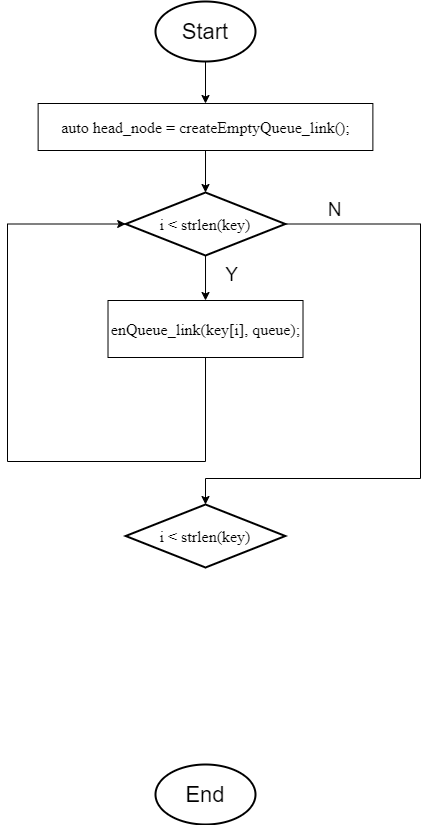
Before: flowchart_passwd.png, a diagram exported from draw.io (PommesPeter/draw.io_diagram). Source tidied: cells renumbered, new cells last; positions are measured from the earlier drawing's top-left corner, leaving out a move shared by most shapes.
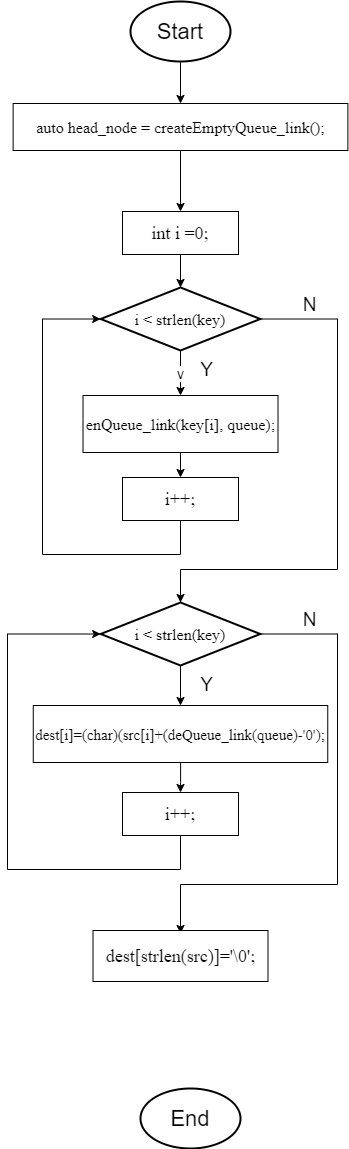
Above is the later version.

The edit, as a diff of the source:
```diff
@@ -8,50 +8,102 @@
     <mxCell id="3" value="&lt;font style=&quot;font-size: 22px&quot;&gt;Start&lt;/font&gt;" style="strokeWidth=2;html=1;shape=mxgraph.flowchart.start_1;whiteSpace=wrap;" parent="1" vertex="1">
       <mxGeometry x="148" width="100" height="60" as="geometry" />
     </mxCell>
-    <mxCell id="4" style="edgeStyle=orthogonalEdgeStyle;rounded=0;jettySize=auto;html=1;entryX=0.5;entryY=0;entryDx=0;entryDy=0;" parent="1" edge="1" source="6" target="11">
+    <mxCell id="4" value="v" style="edgeStyle=orthogonalEdgeStyle;rounded=0;jettySize=auto;html=1;entryX=0.5;entryY=0;entryDx=0;entryDy=0;" parent="1" edge="1" source="6" target="11">
       <mxGeometry relative="1" as="geometry" />
     </mxCell>
     <mxCell id="5" style="edgeStyle=orthogonalEdgeStyle;rounded=0;jettySize=auto;html=1;exitX=1;exitY=0.5;exitDx=0;exitDy=0;exitPerimeter=0;entryX=0.5;entryY=0;entryDx=0;entryDy=0;entryPerimeter=0;" parent="1" edge="1" source="6" target="13">
       <mxGeometry relative="1" as="geometry">
         <Array as="points">
-          <mxPoint x="413" y="223" />
-          <mxPoint x="413" y="477" />
-          <mxPoint x="198" y="477" />
+          <mxPoint x="355" y="318" />
+          <mxPoint x="355" y="568" />
+          <mxPoint x="198" y="568" />
         </Array>
       </mxGeometry>
     </mxCell>
     <mxCell id="6" value="&lt;font face=&quot;Times New Roman&quot; style=&quot;font-size: 16px&quot;&gt;i &amp;lt; strlen(key)&lt;/font&gt;" style="strokeWidth=2;html=1;shape=mxgraph.flowchart.decision;whiteSpace=wrap;" parent="1" vertex="1">
-      <mxGeometry x="118.2" y="191" width="159.6" height="63" as="geometry" />
+      <mxGeometry x="118.2" y="286" width="159.6" height="63" as="geometry" />
     </mxCell>
-    <mxCell id="7" style="edgeStyle=orthogonalEdgeStyle;rounded=0;jettySize=auto;html=1;exitX=0.5;exitY=1;exitDx=0;exitDy=0;entryX=0.5;entryY=0;entryDx=0;entryDy=0;entryPerimeter=0;" parent="1" edge="1" source="8" target="6">
-      <mxGeometry relative="1" as="geometry" />
-    </mxCell>
+    <mxCell id="15" style="edgeStyle=orthogonalEdgeStyle;rounded=0;jettySize=auto;html=1;entryX=0.5;entryY=0;entryDx=0;entryDy=0;" parent="1" edge="1" source="8" target="18">
+      <mxGeometry relative="1" as="geometry" />
+    </mxCell>
     <mxCell id="8" value="&lt;p&gt;&lt;font face=&quot;Times New Roman&quot;&gt;&lt;span style=&quot;font-size: 16px&quot;&gt;auto head_node = createEmptyQueue_link();&lt;/span&gt;&lt;/font&gt;&lt;/p&gt;" style="rounded=0;whiteSpace=wrap;html=1;" parent="1" vertex="1">
       <mxGeometry x="30.6" y="102" width="334.8" height="47" as="geometry" />
     </mxCell>
     <mxCell id="9" value="&lt;span style=&quot;font-size: 22px&quot;&gt;End&lt;br&gt;&lt;/span&gt;" style="strokeWidth=2;html=1;shape=mxgraph.flowchart.start_1;whiteSpace=wrap;" parent="1" vertex="1">
-      <mxGeometry x="148" y="763" width="100" height="60" as="geometry" />
+      <mxGeometry x="158" y="1087" width="100" height="60" as="geometry" />
     </mxCell>
-    <mxCell id="10" style="edgeStyle=orthogonalEdgeStyle;rounded=0;jettySize=auto;html=1;exitX=0.5;exitY=1;exitDx=0;exitDy=0;entryX=0;entryY=0.5;entryDx=0;entryDy=0;entryPerimeter=0;" parent="1" edge="1" source="11" target="6">
-      <mxGeometry relative="1" as="geometry">
-        <Array as="points">
-          <mxPoint x="198" y="460" />
-          <mxPoint y="460" />
-          <mxPoint y="223" />
-        </Array>
-      </mxGeometry>
-    </mxCell>
+    <mxCell id="16" style="edgeStyle=orthogonalEdgeStyle;rounded=0;jettySize=auto;html=1;entryX=0.5;entryY=0;entryDx=0;entryDy=0;" parent="1" edge="1" source="11" target="20">
+      <mxGeometry relative="1" as="geometry" />
+    </mxCell>
     <mxCell id="11" value="&lt;font face=&quot;Times New Roman&quot; style=&quot;font-size: 16px&quot;&gt;enQueue_link(key[i], queue);&lt;/font&gt;" style="rounded=0;whiteSpace=wrap;html=1;" parent="1" vertex="1">
-      <mxGeometry x="100.5" y="299" width="195" height="57" as="geometry" />
+      <mxGeometry x="100.5" y="394" width="195" height="57" as="geometry" />
     </mxCell>
     <mxCell id="12" value="&lt;font style=&quot;font-size: 19px&quot;&gt;Y&lt;/font&gt;" style="text;html=1;align=center;verticalAlign=middle;" parent="1" vertex="1">
-      <mxGeometry x="212" y="263" width="23" height="20" as="geometry" />
+      <mxGeometry x="212" y="358" width="23" height="20" as="geometry" />
     </mxCell>
+    <mxCell id="14" value="&lt;font style=&quot;font-size: 19px&quot;&gt;N&lt;/font&gt;" style="text;html=1;align=center;verticalAlign=middle;" parent="1" vertex="1">
+      <mxGeometry x="315" y="293" width="24" height="20" as="geometry" />
+    </mxCell>
+    <mxCell id="17" style="edgeStyle=orthogonalEdgeStyle;rounded=0;jettySize=auto;html=1;entryX=0.5;entryY=0;entryDx=0;entryDy=0;entryPerimeter=0;" parent="1" edge="1" source="18" target="6">
+      <mxGeometry relative="1" as="geometry" />
+    </mxCell>
+    <mxCell id="18" value="&lt;p&gt;&lt;font face=&quot;Times New Roman&quot; style=&quot;font-size: 18px&quot;&gt;int i =0;&lt;/font&gt;&lt;/p&gt;" style="rounded=0;whiteSpace=wrap;html=1;" parent="1" vertex="1">
+      <mxGeometry x="140" y="210" width="116" height="43" as="geometry" />
+    </mxCell>
+    <mxCell id="19" style="edgeStyle=orthogonalEdgeStyle;rounded=0;jettySize=auto;html=1;entryX=0;entryY=0.5;entryDx=0;entryDy=0;entryPerimeter=0;" parent="1" edge="1" source="20" target="6">
+      <mxGeometry relative="1" as="geometry">
+        <Array as="points">
+          <mxPoint x="198" y="553" />
+          <mxPoint x="60" y="553" />
+          <mxPoint x="60" y="318" />
+        </Array>
+      </mxGeometry>
+    </mxCell>
+    <mxCell id="20" value="&lt;p&gt;&lt;font face=&quot;Times New Roman&quot;&gt;&lt;span style=&quot;font-size: 18px&quot;&gt;i++;&lt;/span&gt;&lt;/font&gt;&lt;/p&gt;" style="rounded=0;whiteSpace=wrap;html=1;" parent="1" vertex="1">
+      <mxGeometry x="140" y="476" width="116" height="43" as="geometry" />
+    </mxCell>
+    <mxCell id="21" style="edgeStyle=orthogonalEdgeStyle;rounded=0;jettySize=auto;html=1;exitX=1;exitY=0.5;exitDx=0;exitDy=0;exitPerimeter=0;entryX=0.5;entryY=0;entryDx=0;entryDy=0;entryPerimeter=0;" parent="1" edge="1" source="13">
+      <mxGeometry relative="1" as="geometry">
+        <mxPoint x="198" y="932" as="targetPoint" />
+        <Array as="points">
+          <mxPoint x="355" y="633" />
+          <mxPoint x="355" y="883" />
+          <mxPoint x="198" y="883" />
+        </Array>
+      </mxGeometry>
+    </mxCell>
+    <mxCell id="22" style="edgeStyle=orthogonalEdgeStyle;rounded=0;jettySize=auto;html=1;exitX=0.5;exitY=1;exitDx=0;exitDy=0;exitPerimeter=0;entryX=0.5;entryY=0;entryDx=0;entryDy=0;" parent="1" edge="1" source="13" target="24">
+      <mxGeometry relative="1" as="geometry" />
+    </mxCell>
     <mxCell id="13" value="&lt;font face=&quot;Times New Roman&quot; style=&quot;font-size: 16px&quot;&gt;i &amp;lt; strlen(key)&lt;/font&gt;" style="strokeWidth=2;html=1;shape=mxgraph.flowchart.decision;whiteSpace=wrap;" parent="1" vertex="1">
-      <mxGeometry x="118.2" y="503" width="159.6" height="63" as="geometry" />
+      <mxGeometry x="118.2" y="601" width="159.6" height="63" as="geometry" />
     </mxCell>
-    <mxCell id="14" value="&lt;font style=&quot;font-size: 19px&quot;&gt;N&lt;/font&gt;" style="text;html=1;align=center;verticalAlign=middle;" parent="1" vertex="1">
-      <mxGeometry x="315" y="198" width="24" height="20" as="geometry" />
-    </mxCell>
+    <mxCell id="23" style="edgeStyle=orthogonalEdgeStyle;rounded=0;jettySize=auto;html=1;entryX=0.5;entryY=0;entryDx=0;entryDy=0;" parent="1" edge="1" source="24" target="28">
+      <mxGeometry relative="1" as="geometry" />
+    </mxCell>
+    <mxCell id="24" value="&lt;font face=&quot;Times New Roman&quot; style=&quot;font-size: 15px&quot;&gt;dest[i]=(char)(src[i]+(deQueue_link(queue)-'0');&lt;/font&gt;" style="rounded=0;whiteSpace=wrap;html=1;" parent="1" vertex="1">
+      <mxGeometry x="50.8" y="704" width="294.5" height="57" as="geometry" />
+    </mxCell>
+    <mxCell id="25" value="&lt;font style=&quot;font-size: 19px&quot;&gt;Y&lt;/font&gt;" style="text;html=1;align=center;verticalAlign=middle;" parent="1" vertex="1">
+      <mxGeometry x="212" y="673" width="23" height="20" as="geometry" />
+    </mxCell>
+    <mxCell id="26" value="&lt;font style=&quot;font-size: 19px&quot;&gt;N&lt;/font&gt;" style="text;html=1;align=center;verticalAlign=middle;" parent="1" vertex="1">
+      <mxGeometry x="315" y="608" width="24" height="20" as="geometry" />
+    </mxCell>
+    <mxCell id="27" style="edgeStyle=orthogonalEdgeStyle;rounded=0;jettySize=auto;html=1;entryX=0;entryY=0.5;entryDx=0;entryDy=0;entryPerimeter=0;" parent="1" edge="1" source="28" target="13">
+      <mxGeometry relative="1" as="geometry">
+        <Array as="points">
+          <mxPoint x="198" y="868" />
+          <mxPoint x="25" y="868" />
+          <mxPoint x="25" y="633" />
+        </Array>
+      </mxGeometry>
+    </mxCell>
+    <mxCell id="28" value="&lt;p&gt;&lt;font face=&quot;Times New Roman&quot;&gt;&lt;span style=&quot;font-size: 18px&quot;&gt;i++;&lt;/span&gt;&lt;/font&gt;&lt;/p&gt;" style="rounded=0;whiteSpace=wrap;html=1;" parent="1" vertex="1">
+      <mxGeometry x="140" y="791" width="116" height="43" as="geometry" />
+    </mxCell>
+    <mxCell id="29" value="&lt;p&gt;&lt;font face=&quot;Times New Roman&quot;&gt;&lt;span style=&quot;font-size: 18px&quot;&gt;dest[strlen(src)]='\0';&lt;/span&gt;&lt;/font&gt;&lt;/p&gt;" style="rounded=0;whiteSpace=wrap;html=1;" parent="1" vertex="1">
+      <mxGeometry x="110.5" y="929" width="175" height="51" as="geometry" />
+    </mxCell>
   </root>
 </mxGraphModel>
```
